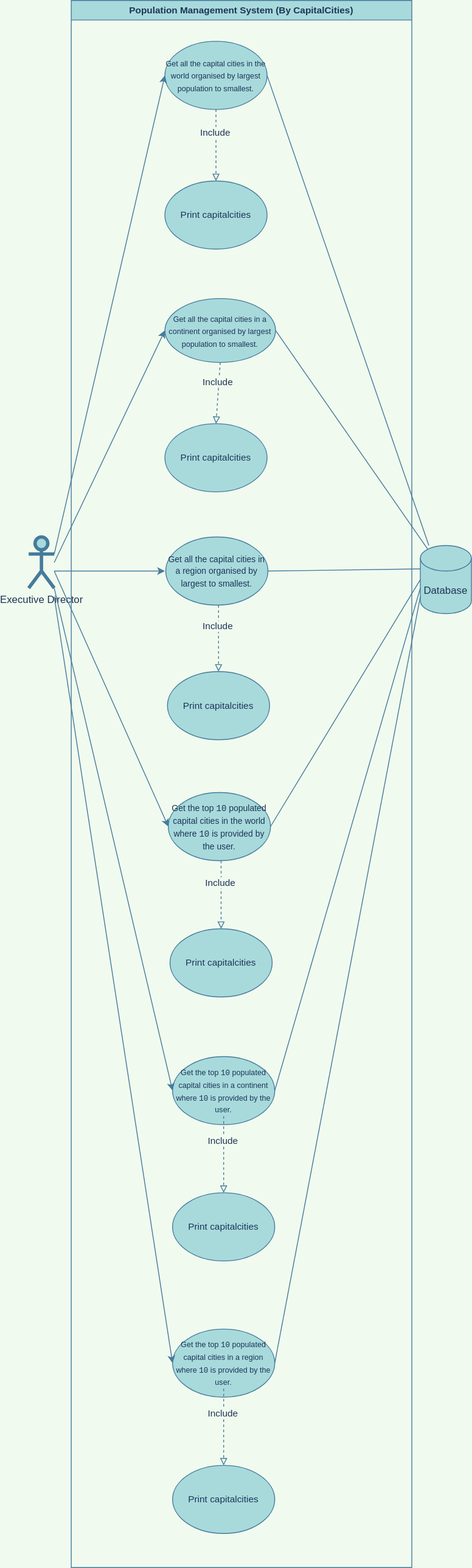
Earlier version of the draw.io export use-case-capitalcity-report/Population Management System (By CapitalCities).svg (ThihaKZ16/group5). Source tidied: cells renumbered, new cells last; positions are measured from the earlier drawing's top-left corner, leaving out a move shared by most shapes.
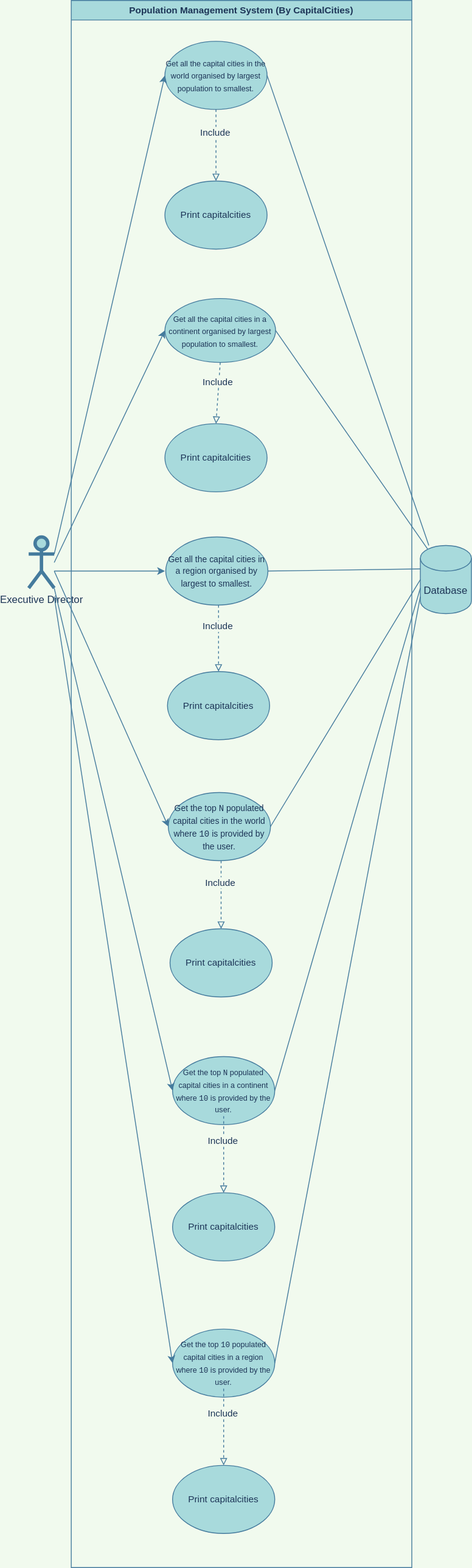
Later version of the same file.

The edit, as a diff of the source:
```diff
@@ -23,13 +23,13 @@
     <mxCell id="8" value="&lt;span style=&quot;font-size: 11px&quot;&gt;Print capitalcities&lt;/span&gt;" style="ellipse;whiteSpace=wrap;html=1;fillColor=#A8DADC;strokeColor=#457B9D;fontColor=#1D3557;" parent="1" vertex="1">
       <mxGeometry x="163" y="788" width="120" height="80" as="geometry" />
     </mxCell>
-    <mxCell id="9" value="&lt;font style=&quot;font-size: 10px&quot;&gt;Get the top &lt;font face=&quot;monospace&quot; style=&quot;font-size: 10px&quot;&gt;10&lt;/font&gt;&amp;nbsp;populated capital cities in the world  where &lt;font face=&quot;monospace&quot; style=&quot;font-size: 10px&quot;&gt;10&lt;/font&gt;&amp;nbsp;is provided by the user.&lt;/font&gt;" style="ellipse;whiteSpace=wrap;html=1;fillColor=#A8DADC;strokeColor=#457B9D;fontColor=#1D3557;" parent="1" vertex="1">
+    <mxCell id="9" value="&lt;font style=&quot;font-size: 10px&quot;&gt;Get the top &lt;font face=&quot;monospace&quot;&gt;N&lt;/font&gt;&amp;nbsp;populated capital cities in the world  where &lt;font face=&quot;monospace&quot; style=&quot;font-size: 10px&quot;&gt;10&lt;/font&gt;&amp;nbsp;is provided by the user.&lt;/font&gt;" style="ellipse;whiteSpace=wrap;html=1;fillColor=#A8DADC;strokeColor=#457B9D;fontColor=#1D3557;" parent="1" vertex="1">
       <mxGeometry x="164" y="930" width="120" height="80" as="geometry" />
     </mxCell>
     <mxCell id="10" value="&lt;span style=&quot;font-size: 11px&quot;&gt;Print capitalcities&lt;/span&gt;" style="ellipse;whiteSpace=wrap;html=1;fillColor=#A8DADC;strokeColor=#457B9D;fontColor=#1D3557;" parent="1" vertex="1">
       <mxGeometry x="166" y="1090" width="120" height="80" as="geometry" />
     </mxCell>
-    <mxCell id="11" value="&lt;font style=&quot;font-size: 9px&quot;&gt;Get the top &lt;font face=&quot;monospace&quot; style=&quot;font-size: 9px&quot;&gt;10&lt;/font&gt;&amp;nbsp;populated capital cities in a continent where &lt;font face=&quot;monospace&quot; style=&quot;font-size: 9px&quot;&gt;10&lt;/font&gt;&amp;nbsp;is provided by the user.&lt;/font&gt;" style="ellipse;whiteSpace=wrap;html=1;fillColor=#A8DADC;strokeColor=#457B9D;fontColor=#1D3557;" parent="1" vertex="1">
+    <mxCell id="11" value="&lt;font style=&quot;font-size: 9px&quot;&gt;Get the top &lt;font face=&quot;monospace&quot;&gt;N&lt;/font&gt;&amp;nbsp;populated capital cities in a continent where &lt;font face=&quot;monospace&quot; style=&quot;font-size: 9px&quot;&gt;10&lt;/font&gt;&amp;nbsp;is provided by the user.&lt;/font&gt;" style="ellipse;whiteSpace=wrap;html=1;fillColor=#A8DADC;strokeColor=#457B9D;fontColor=#1D3557;" parent="1" vertex="1">
       <mxGeometry x="169" y="1240" width="120" height="80" as="geometry" />
     </mxCell>
     <mxCell id="12" value="&lt;font style=&quot;font-size: 9px&quot;&gt;Get the top &lt;font face=&quot;monospace&quot; style=&quot;font-size: 9px&quot;&gt;10&lt;/font&gt;&amp;nbsp;populated capital cities in a region where &lt;font face=&quot;monospace&quot; style=&quot;font-size: 9px&quot;&gt;10&lt;/font&gt;&amp;nbsp;is provided by the user.&lt;/font&gt;" style="ellipse;whiteSpace=wrap;html=1;fillColor=#A8DADC;strokeColor=#457B9D;fontColor=#1D3557;" parent="1" vertex="1">
```
